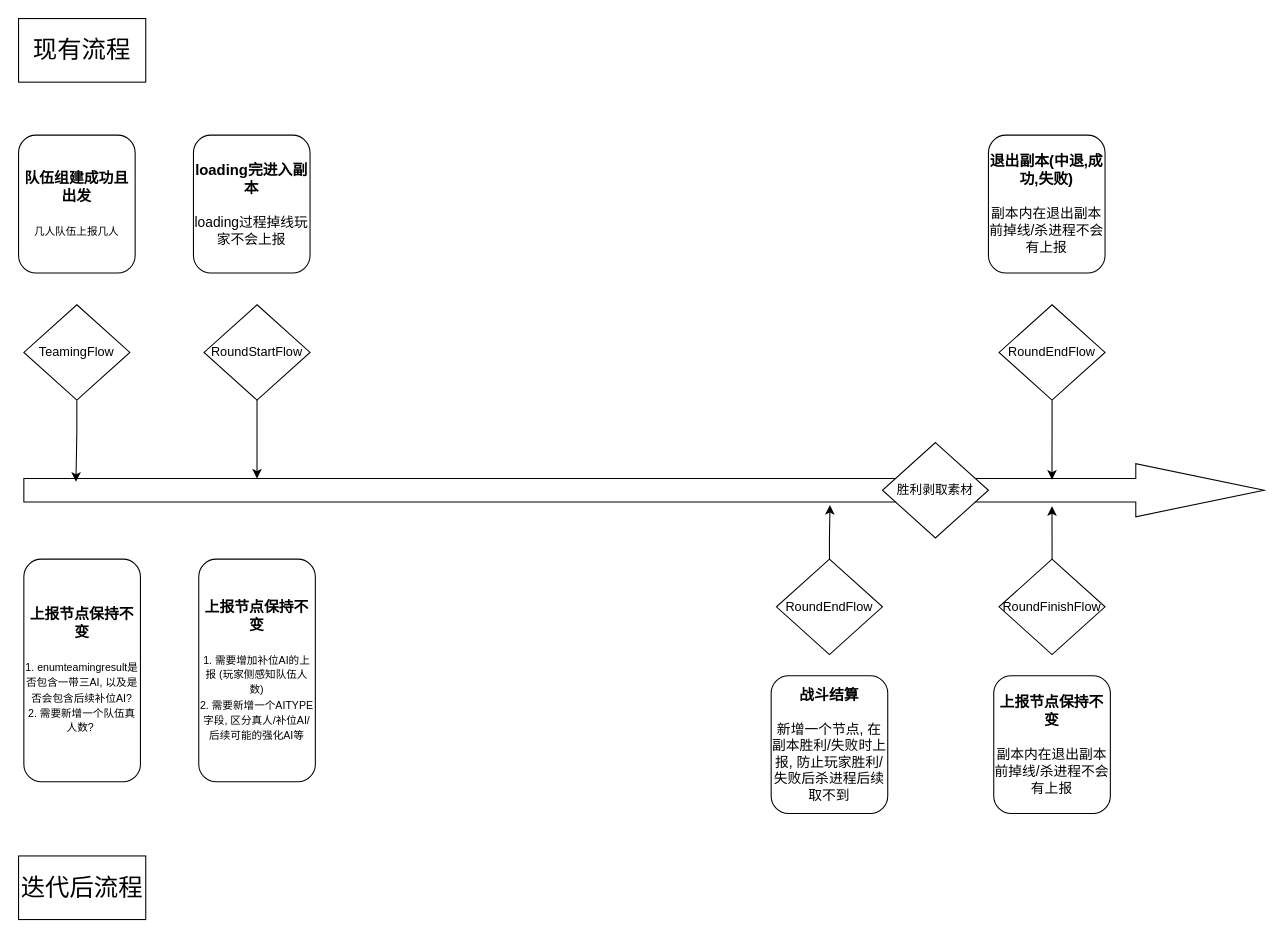
rickyi22/create-a-thing keeps this draw.io diagram as 未命名绘图.drawio. Above is the earlier version. Source tidied: cells renumbered, new cells numbered last; positions are measured from the earlier drawing's top-left corner, leaving out a move shared by most shapes. Both pictures are drawn from the tidied source at 106%, with x=0, y=0 at pixel (18, 18).
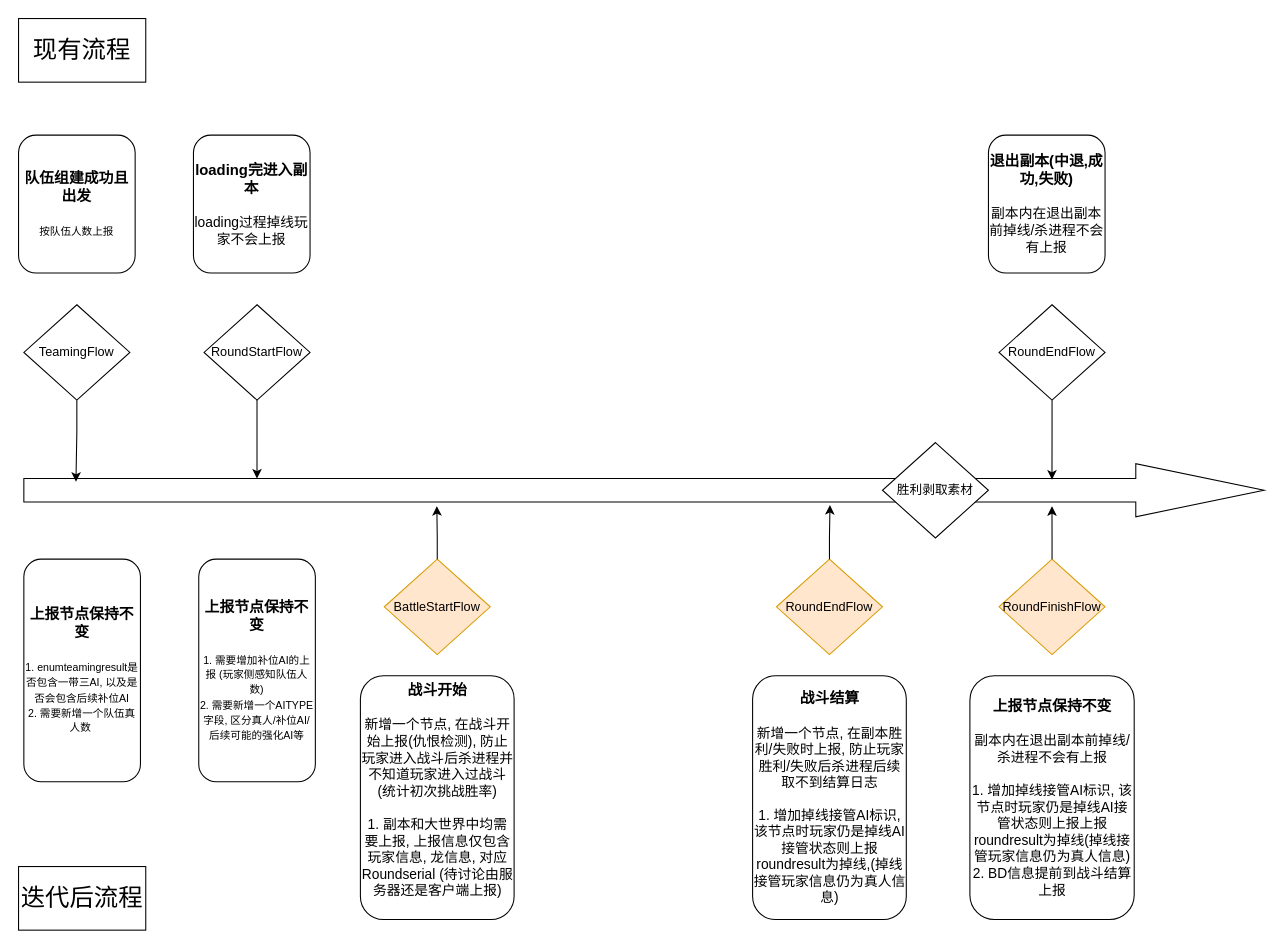
The same diagram, later.

Commit message:
更新未命名绘图.drawio

Unchanged cells that the change refers to:
```xml
<mxCell id="2" style="shape=singleArrow;whiteSpace=wrap;html=1;arrowWidth=0.44;arrowSize=0.10341880341880341;" parent="1" vertex="1">
  <mxGeometry x="5" y="420" width="1170" height="50" as="geometry" />
</mxCell>
```

The edit, as a diff of the source:
```diff
@@
-    <mxCell id="10" value="&lt;font style=&quot;font-size: 14px;&quot;&gt;&lt;b&gt;队伍组建成功且出发&lt;/b&gt;&lt;/font&gt;&lt;div&gt;&lt;font style=&quot;font-size: 14px;&quot;&gt;&lt;b&gt;&lt;br&gt;&lt;/b&gt;&lt;/font&gt;&lt;/div&gt;&lt;div&gt;&lt;font size=&quot;1&quot; style=&quot;&quot;&gt;几人队伍上报几人&lt;/font&gt;&lt;/div&gt;" style="rounded=1;whiteSpace=wrap;html=1;" parent="1" vertex="1">
+    <mxCell id="10" value="&lt;font style=&quot;font-size: 14px;&quot;&gt;&lt;b&gt;队伍组建成功且出发&lt;/b&gt;&lt;/font&gt;&lt;div&gt;&lt;font style=&quot;font-size: 14px;&quot;&gt;&lt;b&gt;&lt;br&gt;&lt;/b&gt;&lt;/font&gt;&lt;/div&gt;&lt;div&gt;&lt;font size=&quot;1&quot; style=&quot;&quot;&gt;按队伍人数上报&lt;/font&gt;&lt;/div&gt;" style="rounded=1;whiteSpace=wrap;html=1;" parent="1" vertex="1">
       <mxGeometry y="110" width="110" height="130" as="geometry" />
     </mxCell>
@@
     <mxCell id="13" value="&lt;font style=&quot;font-size: 23px;&quot;&gt;迭代后流程&lt;/font&gt;" style="rounded=0;whiteSpace=wrap;html=1;" parent="1" vertex="1">
-      <mxGeometry y="790" width="120" height="60" as="geometry" />
+      <mxGeometry y="800" width="120" height="60" as="geometry" />
     </mxCell>
-    <mxCell id="14" value="&lt;span style=&quot;font-size: 14px;&quot;&gt;&lt;b&gt;上报节点保持不变&lt;/b&gt;&lt;/span&gt;&lt;br&gt;&lt;div&gt;&lt;font style=&quot;font-size: 14px;&quot;&gt;&lt;b&gt;&lt;br&gt;&lt;/b&gt;&lt;/font&gt;&lt;/div&gt;&lt;div&gt;&lt;font size=&quot;1&quot; style=&quot;&quot;&gt;1. enumteamingresult是否包含一带三AI, 以及是否会包含后续补位AI?&lt;/font&gt;&lt;/div&gt;&lt;div&gt;&lt;font size=&quot;1&quot; style=&quot;&quot;&gt;2. 需要新增一个队伍真人数?&amp;nbsp;&lt;/font&gt;&lt;/div&gt;" style="rounded=1;whiteSpace=wrap;html=1;" parent="1" vertex="1">
+    <mxCell id="14" value="&lt;span style=&quot;font-size: 14px;&quot;&gt;&lt;b&gt;上报节点保持不变&lt;/b&gt;&lt;/span&gt;&lt;br&gt;&lt;div&gt;&lt;font style=&quot;font-size: 14px;&quot;&gt;&lt;b&gt;&lt;br&gt;&lt;/b&gt;&lt;/font&gt;&lt;/div&gt;&lt;div&gt;&lt;font size=&quot;1&quot; style=&quot;&quot;&gt;1. enumteamingresult是否包含一带三AI, 以及是否会包含后续补位AI&lt;/font&gt;&lt;/div&gt;&lt;div&gt;&lt;font size=&quot;1&quot; style=&quot;&quot;&gt;2. 需要新增一个队伍真人数&amp;nbsp;&lt;/font&gt;&lt;/div&gt;" style="rounded=1;whiteSpace=wrap;html=1;" parent="1" vertex="1">
       <mxGeometry x="5" y="510" width="110" height="210" as="geometry" />
     </mxCell>
@@
-    <mxCell id="16" value="RoundEndFlow" style="rhombus;whiteSpace=wrap;html=1;" parent="1" vertex="1">
+    <mxCell id="16" value="RoundEndFlow" style="rhombus;whiteSpace=wrap;html=1;fillColor=#ffe6cc;strokeColor=#d79b00;" parent="1" vertex="1">
       <mxGeometry x="715" y="510" width="100" height="90" as="geometry" />
     </mxCell>
@@
-    <mxCell id="18" value="&lt;span style=&quot;font-size: 14px;&quot;&gt;&lt;b&gt;战斗结算&lt;/b&gt;&lt;/span&gt;&lt;br&gt;&lt;div&gt;&lt;font style=&quot;font-size: 14px;&quot;&gt;&lt;br&gt;&lt;/font&gt;&lt;/div&gt;&lt;div&gt;&lt;span style=&quot;font-size: 13px;&quot;&gt;新增一个节点, 在副本胜利/失败时上报, 防止玩家胜利/失败后杀进程后续取不到&lt;/span&gt;&lt;/div&gt;" style="rounded=1;whiteSpace=wrap;html=1;" parent="1" vertex="1">
-      <mxGeometry x="710" y="620" width="110" height="130" as="geometry" />
+    <mxCell id="18" value="&lt;span style=&quot;font-size: 14px;&quot;&gt;&lt;b&gt;战斗结算&lt;/b&gt;&lt;/span&gt;&lt;br&gt;&lt;div&gt;&lt;font style=&quot;font-size: 14px;&quot;&gt;&lt;br&gt;&lt;/font&gt;&lt;/div&gt;&lt;div&gt;&lt;span style=&quot;font-size: 13px;&quot;&gt;新增一个节点, 在副本胜利/失败时上报, 防止玩家胜利/失败后杀进程后续取不到结算日志&lt;/span&gt;&lt;/div&gt;&lt;div&gt;&lt;span style=&quot;font-size: 13px;&quot;&gt;&lt;br&gt;&lt;/span&gt;&lt;/div&gt;&lt;div&gt;&lt;span style=&quot;font-size: 13px;&quot;&gt;1. 增加掉线接管AI标识, 该节点时玩家仍是掉线AI接管状态则上报roundresult为掉线,&lt;/span&gt;&lt;span style=&quot;font-size: 13px; background-color: transparent; color: light-dark(rgb(0, 0, 0), rgb(255, 255, 255));&quot;&gt;(掉线接管玩家信息仍为真人信息)&lt;/span&gt;&lt;/div&gt;" style="rounded=1;whiteSpace=wrap;html=1;" parent="1" vertex="1">
+      <mxGeometry x="692.5" y="620" width="145" height="230" as="geometry" />
     </mxCell>
-    <mxCell id="19" value="RoundFinishFlow" style="rhombus;whiteSpace=wrap;html=1;" parent="1" vertex="1">
+    <mxCell id="19" value="RoundFinishFlow" style="rhombus;whiteSpace=wrap;html=1;fillColor=#ffe6cc;strokeColor=#d79b00;" parent="1" vertex="1">
       <mxGeometry x="925" y="510" width="100" height="90" as="geometry" />
     </mxCell>
@@
-    <mxCell id="21" value="&lt;font style=&quot;font-size: 14px;&quot;&gt;&lt;b&gt;上报节点保持不变&lt;/b&gt;&lt;/font&gt;&lt;div&gt;&lt;font style=&quot;font-size: 14px;&quot;&gt;&lt;br&gt;&lt;/font&gt;&lt;/div&gt;&lt;div&gt;&lt;span style=&quot;font-size: 13px;&quot;&gt;副本内在退出副本前掉线/杀进程不会有上报&lt;/span&gt;&lt;/div&gt;" style="rounded=1;whiteSpace=wrap;html=1;" parent="1" vertex="1">
-      <mxGeometry x="920" y="620" width="110" height="130" as="geometry" />
+    <mxCell id="21" value="&lt;font style=&quot;font-size: 14px;&quot;&gt;&lt;b&gt;上报节点保持不变&lt;/b&gt;&lt;/font&gt;&lt;div&gt;&lt;font style=&quot;font-size: 14px;&quot;&gt;&lt;br&gt;&lt;/font&gt;&lt;/div&gt;&lt;div&gt;&lt;span style=&quot;font-size: 13px;&quot;&gt;副本内在退出副本前掉线/杀进程不会有上报&lt;/span&gt;&lt;/div&gt;&lt;div&gt;&lt;span style=&quot;font-size: 13px;&quot;&gt;&lt;br&gt;&lt;/span&gt;&lt;/div&gt;&lt;div&gt;&lt;span style=&quot;font-size: 13px;&quot;&gt;1. 增加掉线接管AI标识, 该节点时玩家仍是掉线AI接管状态则上报&lt;/span&gt;&lt;span style=&quot;font-size: 13px;&quot;&gt;上报roundresult为掉线&lt;/span&gt;&lt;span style=&quot;font-size: 13px; background-color: transparent; color: light-dark(rgb(0, 0, 0), rgb(255, 255, 255));&quot;&gt;(掉线接管玩家信息仍为真人信息)&lt;/span&gt;&lt;/div&gt;&lt;div&gt;&lt;span style=&quot;font-size: 13px; background-color: transparent; color: light-dark(rgb(0, 0, 0), rgb(255, 255, 255));&quot;&gt;2. BD信息提前到战斗结算上报&lt;/span&gt;&lt;/div&gt;" style="rounded=1;whiteSpace=wrap;html=1;" parent="1" vertex="1">
+      <mxGeometry x="897.5" y="620" width="155" height="230" as="geometry" />
     </mxCell>
@@
+    <mxCell id="23" value="BattleStartFlow" style="rhombus;whiteSpace=wrap;html=1;fillColor=#ffe6cc;strokeColor=#d79b00;" parent="1" vertex="1">
+      <mxGeometry x="345" y="510" width="100" height="90" as="geometry" />
+    </mxCell>
+    <mxCell id="24" style="edgeStyle=orthogonalEdgeStyle;rounded=0;jettySize=auto;html=1;entryX=0.333;entryY=0.8;entryDx=0;entryDy=0;entryPerimeter=0;" parent="1" edge="1" source="23" target="2">
+      <mxGeometry relative="1" as="geometry" />
+    </mxCell>
+    <mxCell id="25" value="&lt;span style=&quot;font-size: 14px;&quot;&gt;&lt;b&gt;战斗开始&lt;/b&gt;&lt;/span&gt;&lt;br&gt;&lt;div&gt;&lt;font style=&quot;font-size: 14px;&quot;&gt;&lt;br&gt;&lt;/font&gt;&lt;/div&gt;&lt;div&gt;&lt;span style=&quot;font-size: 13px;&quot;&gt;新增一个节点, 在战斗开始上报(仇恨检测), 防止玩家进入战斗后杀进程并不知道玩家进入过战斗(统计初次挑战胜率)&lt;/span&gt;&lt;/div&gt;&lt;div&gt;&lt;span style=&quot;font-size: 13px;&quot;&gt;&lt;br&gt;&lt;/span&gt;&lt;/div&gt;&lt;div&gt;&lt;span style=&quot;font-size: 13px;&quot;&gt;1. 副本和大世界中均需要上报, 上报信息仅包含玩家信息, 龙信息, 对应Roundserial (待讨论由服务器还是客户端上报)&lt;/span&gt;&lt;/div&gt;&lt;div&gt;&lt;br&gt;&lt;/div&gt;" style="rounded=1;whiteSpace=wrap;html=1;" parent="1" vertex="1">
+      <mxGeometry x="322.5" y="620" width="145" height="230" as="geometry" />
+    </mxCell>
```
